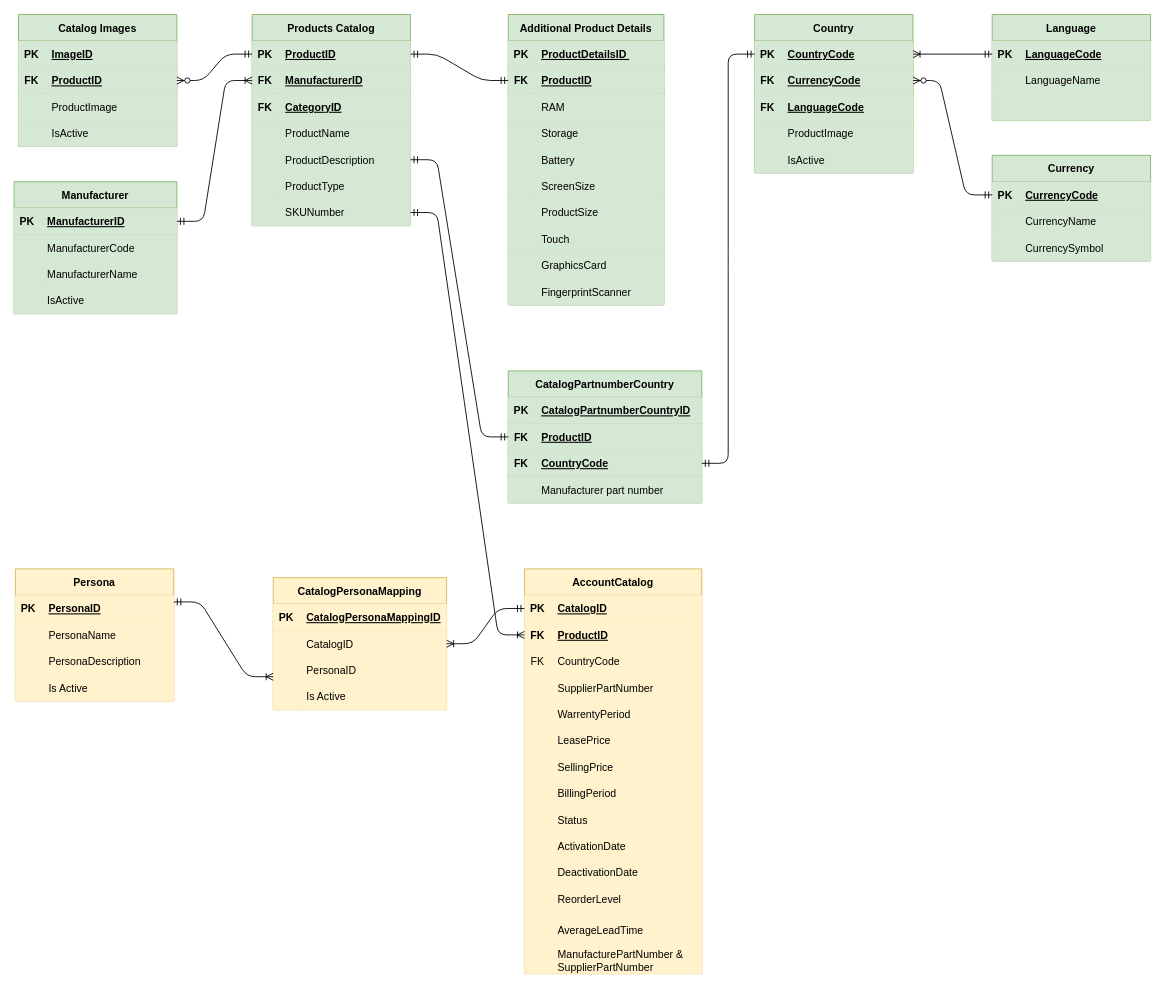
The draw.io diagram Drawings/MasterCatalogDesign.drawio in bgunupati/DrawIO, before the edit. Source tidied: cells renumbered, new cells numbered last; positions are measured from the earlier drawing's top-left corner, leaving out a move shared by most shapes. Both pictures are drawn from the tidied source at 88%, with x=0, y=0 at pixel (13, 14).
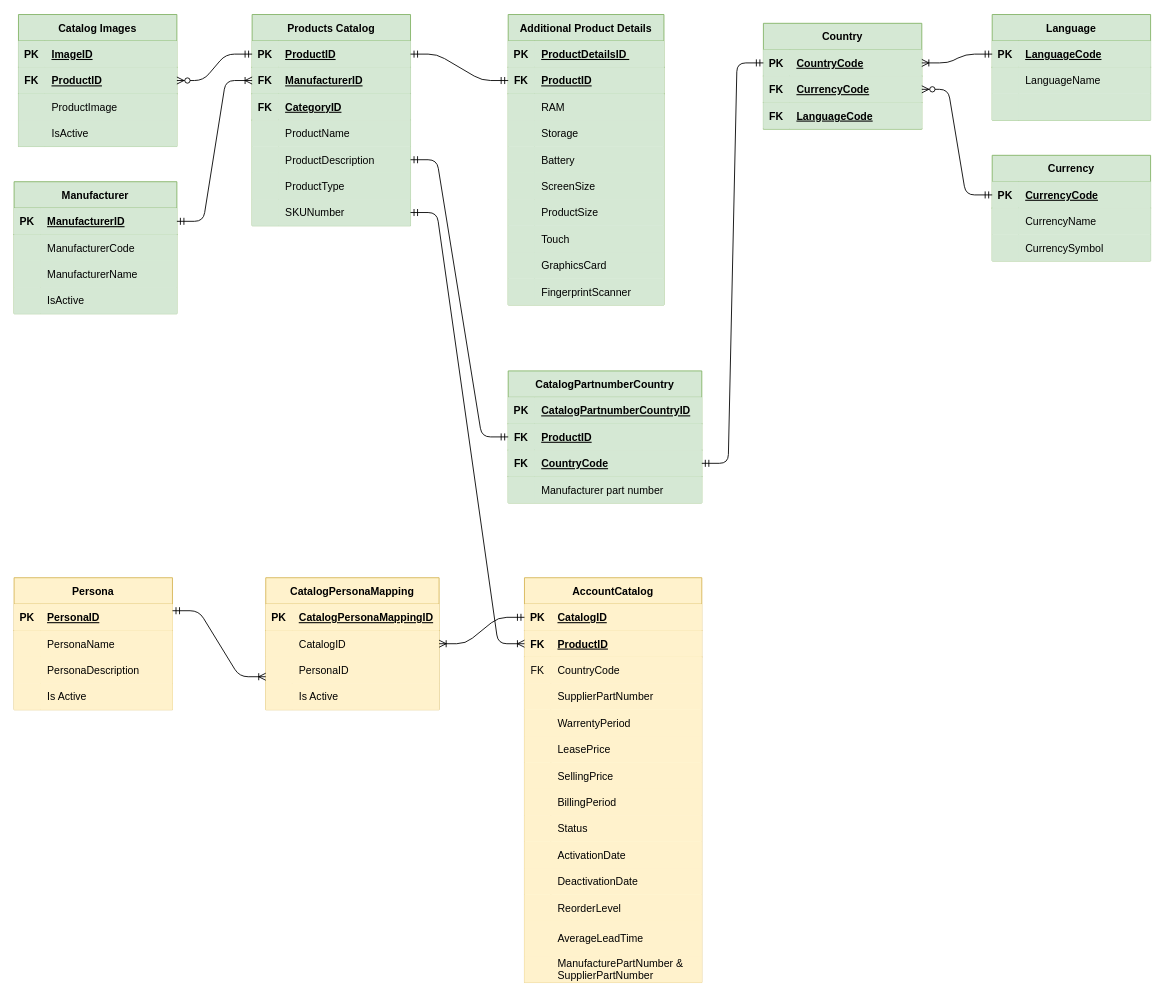
Above is the later version.

Commit message:
Updated Country Table

Diff of the diagram source:
```diff
@@
     <mxCell id="82" value="Country" style="shape=table;startSize=30;childLayout=tableLayout;rowLines=0;fontStyle=1;align=center;fillColor=#d5e8d4;strokeColor=#82b366;" parent="1" vertex="1">
-      <mxGeometry x="842" width="180" height="180" as="geometry" />
+      <mxGeometry x="852" y="10" width="180" height="120" as="geometry" />
     </mxCell>
@@
-    <mxCell id="92" style="shape=partialRectangle;fillColor=#d5e8d4;top=0;left=0;bottom=0;right=0;strokeColor=#82b366;" parent="82" vertex="1">
-      <mxGeometry y="120" width="180" height="30" as="geometry" />
-    </mxCell>
-    <mxCell id="93" style="shape=partialRectangle;fillColor=#d5e8d4;top=0;left=0;bottom=0;right=0;overflow=hidden;strokeColor=#82b366;" parent="92" vertex="1">
-      <mxGeometry width="30" height="30" as="geometry" />
-    </mxCell>
-    <mxCell id="94" value="ProductImage" style="shape=partialRectangle;fillColor=#d5e8d4;top=0;left=0;bottom=0;right=0;align=left;spacingLeft=6;overflow=hidden;strokeColor=#82b366;" parent="92" vertex="1">
-      <mxGeometry x="30" width="150" height="30" as="geometry" />
-    </mxCell>
-    <mxCell id="95" style="shape=partialRectangle;fillColor=#d5e8d4;top=0;left=0;bottom=0;right=0;strokeColor=#82b366;" parent="82" vertex="1">
-      <mxGeometry y="150" width="180" height="30" as="geometry" />
-    </mxCell>
-    <mxCell id="96" style="shape=partialRectangle;fillColor=#d5e8d4;top=0;left=0;bottom=0;right=0;overflow=hidden;strokeColor=#82b366;" parent="95" vertex="1">
-      <mxGeometry width="30" height="30" as="geometry" />
-    </mxCell>
-    <mxCell id="97" value="IsActive" style="shape=partialRectangle;fillColor=#d5e8d4;top=0;left=0;bottom=0;right=0;align=left;spacingLeft=6;overflow=hidden;strokeColor=#82b366;" parent="95" vertex="1">
-      <mxGeometry x="30" width="150" height="30" as="geometry" />
-    </mxCell>
@@
     <mxCell id="137" value="AccountCatalog" style="shape=table;startSize=30;childLayout=tableLayout;rowLines=0;fontStyle=1;align=center;fillColor=#fff2cc;strokeColor=#d6b656;" parent="1" vertex="1">
-      <mxGeometry x="580.5" y="630" width="201.5" height="460" as="geometry" />
+      <mxGeometry x="580.5" y="640" width="201.5" height="460" as="geometry" />
     </mxCell>
@@
     <mxCell id="180" value="Persona" style="shape=table;startSize=30;childLayout=tableLayout;rowLines=0;fontStyle=1;align=center;fillColor=#fff2cc;strokeColor=#d6b656;" parent="1" vertex="1">
-      <mxGeometry x="2" y="630" width="180" height="150" as="geometry" />
+      <mxGeometry x="0.5" y="640" width="180" height="150" as="geometry" />
     </mxCell>
@@
     <mxCell id="193" value="CatalogPersonaMapping" style="shape=table;startSize=30;childLayout=tableLayout;rowLines=0;fontStyle=1;align=center;fillColor=#fff2cc;strokeColor=#d6b656;" parent="1" vertex="1">
-      <mxGeometry x="295" y="640" width="197" height="150" as="geometry" />
+      <mxGeometry x="286.5" y="640" width="197" height="150" as="geometry" />
     </mxCell>
```
